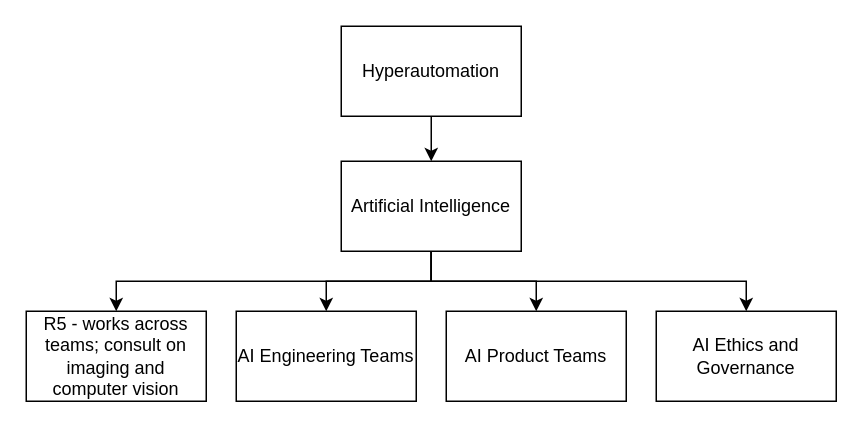
The draw.io diagram r5.drawio in DarkRed7/draw, before the edit. Source tidied: cells renumbered, new cells numbered last; positions are measured from the earlier drawing's top-left corner, leaving out a move shared by most shapes. Both pictures are drawn from the tidied source at 150%, with x=0, y=0 at pixel (26, 26).
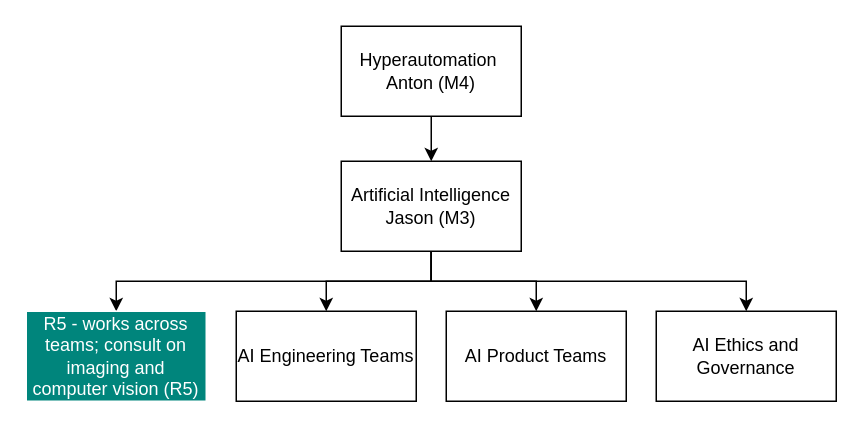
The same page after the edit.

The edit, as a diff of the source:
```diff
@@
 <mxGraphModel>
   <root>
     <mxCell id="0" />
     <mxCell id="1" parent="0" />
     <mxCell id="2" style="edgeStyle=orthogonalEdgeStyle;rounded=0;jettySize=auto;html=1;" parent="1" edge="1" source="3" target="8">
       <mxGeometry relative="1" as="geometry" />
     </mxCell>
-    <mxCell id="3" value="Hyperautomation" style="rounded=0;whiteSpace=wrap;html=1;" parent="1" vertex="1">
+    <mxCell id="3" value="Hyperautomation&amp;nbsp;&lt;br&gt;Anton (M4)" style="rounded=0;whiteSpace=wrap;html=1;" parent="1" vertex="1">
       <mxGeometry x="210" width="120" height="60" as="geometry" />
     </mxCell>
     <mxCell id="4" style="edgeStyle=orthogonalEdgeStyle;rounded=0;jettySize=auto;html=1;" parent="1" edge="1" source="8" target="10">
       <mxGeometry relative="1" as="geometry" />
     </mxCell>
     <mxCell id="5" style="edgeStyle=orthogonalEdgeStyle;rounded=0;jettySize=auto;html=1;exitX=0.5;exitY=1;exitDx=0;exitDy=0;entryX=0.5;entryY=0;entryDx=0;entryDy=0;" parent="1" edge="1" source="8" target="11">
       <mxGeometry relative="1" as="geometry" />
     </mxCell>
     <mxCell id="6" style="edgeStyle=orthogonalEdgeStyle;rounded=0;jettySize=auto;html=1;exitX=0.5;exitY=1;exitDx=0;exitDy=0;entryX=0.5;entryY=0;entryDx=0;entryDy=0;" parent="1" edge="1" source="8" target="9">
       <mxGeometry relative="1" as="geometry" />
     </mxCell>
     <mxCell id="7" style="edgeStyle=orthogonalEdgeStyle;rounded=0;jettySize=auto;html=1;exitX=0.5;exitY=1;exitDx=0;exitDy=0;" parent="1" edge="1" source="8" target="12">
       <mxGeometry relative="1" as="geometry" />
     </mxCell>
-    <mxCell id="8" value="Artificial Intelligence" style="rounded=0;whiteSpace=wrap;html=1;" parent="1" vertex="1">
+    <mxCell id="8" value="Artificial Intelligence&lt;br&gt;Jason (M3)" style="rounded=0;whiteSpace=wrap;html=1;" parent="1" vertex="1">
       <mxGeometry x="210" y="90" width="120" height="60" as="geometry" />
     </mxCell>
     <mxCell id="9" value="AI Engineering Teams" style="rounded=0;whiteSpace=wrap;html=1;" parent="1" vertex="1">
       <mxGeometry x="140" y="190" width="120" height="60" as="geometry" />
     </mxCell>
     <mxCell id="10" value="AI Product Teams" style="rounded=0;whiteSpace=wrap;html=1;" parent="1" vertex="1">
       <mxGeometry x="280" y="190" width="120" height="60" as="geometry" />
     </mxCell>
     <mxCell id="11" value="AI Ethics and Governance" style="rounded=0;whiteSpace=wrap;html=1;" parent="1" vertex="1">
       <mxGeometry x="420" y="190" width="120" height="60" as="geometry" />
     </mxCell>
-    <mxCell id="12" value="R5 - works across teams; consult on imaging and computer vision" style="rounded=0;whiteSpace=wrap;html=1;" parent="1" vertex="1">
+    <mxCell id="12" value="&lt;font color=&quot;#ffffff&quot;&gt;R5 - works across teams; consult on imaging and computer vision (R5)&lt;/font&gt;" style="rounded=0;whiteSpace=wrap;html=1;shadow=0;fillColor=#00857C;strokeColor=#FFFFFF;" parent="1" vertex="1">
       <mxGeometry y="190" width="120" height="60" as="geometry" />
     </mxCell>
   </root>
 </mxGraphModel>
```
